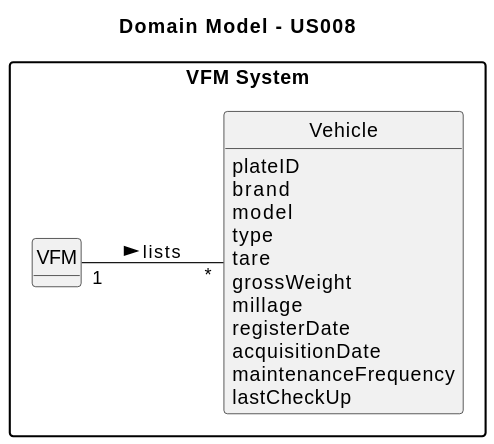
Earlier version of the PlantUML export docs/sprintB/us008/02.analysis/svg/us008-domain-model-Domain_Model___US008.svg (SAEmanuel/Green_Spaces_Management_ISEP).
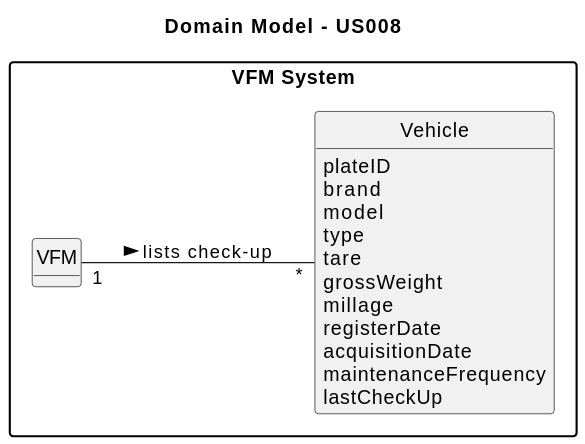
Above is the later version.

Commit message:
US8 - domain model small correction and class diagram update

The edit, as a diff of the source:
```diff
@@ -36,5 +36,5 @@
 
 
 
-VFM "1" -- "*" Vehicle : lists >
+VFM "1" -- "*" Vehicle : lists check-up >
 @enduml
```
